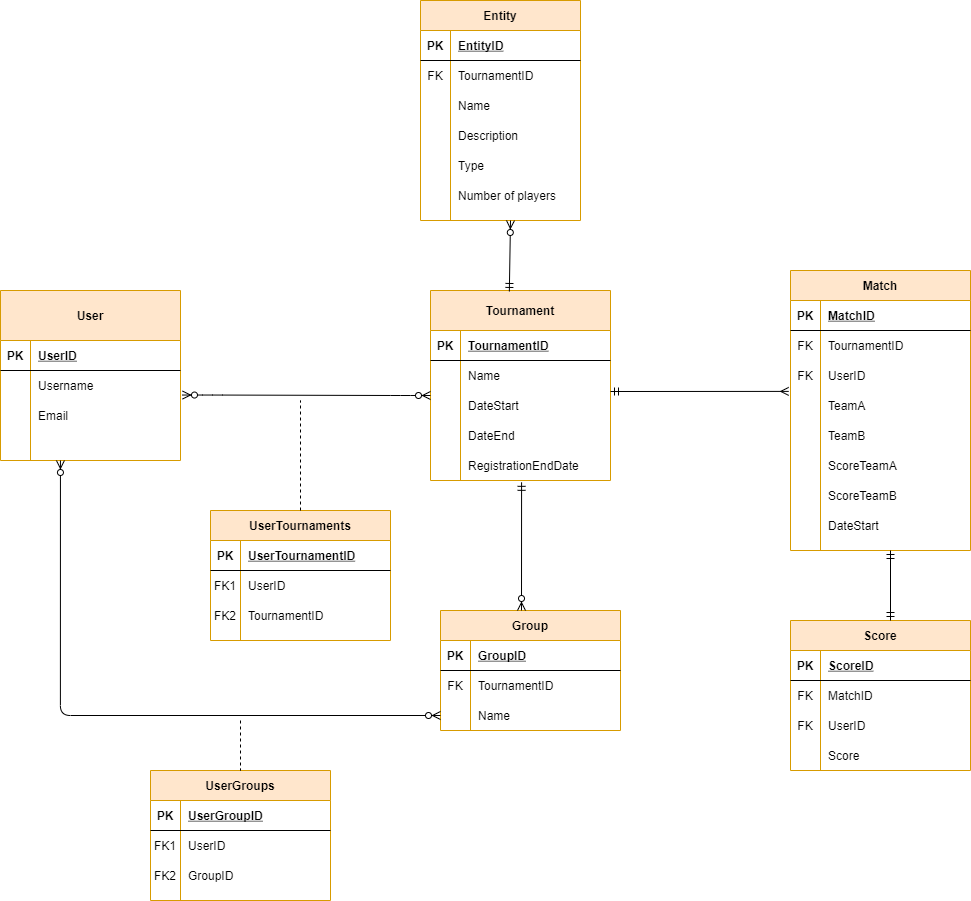
Above: royalrumbet.png in maneran/royal-rumbet (draw.io), before the change. Source tidied: cells renumbered, new cells last; positions are measured from the earlier drawing's top-left corner, leaving out a move shared by most shapes.
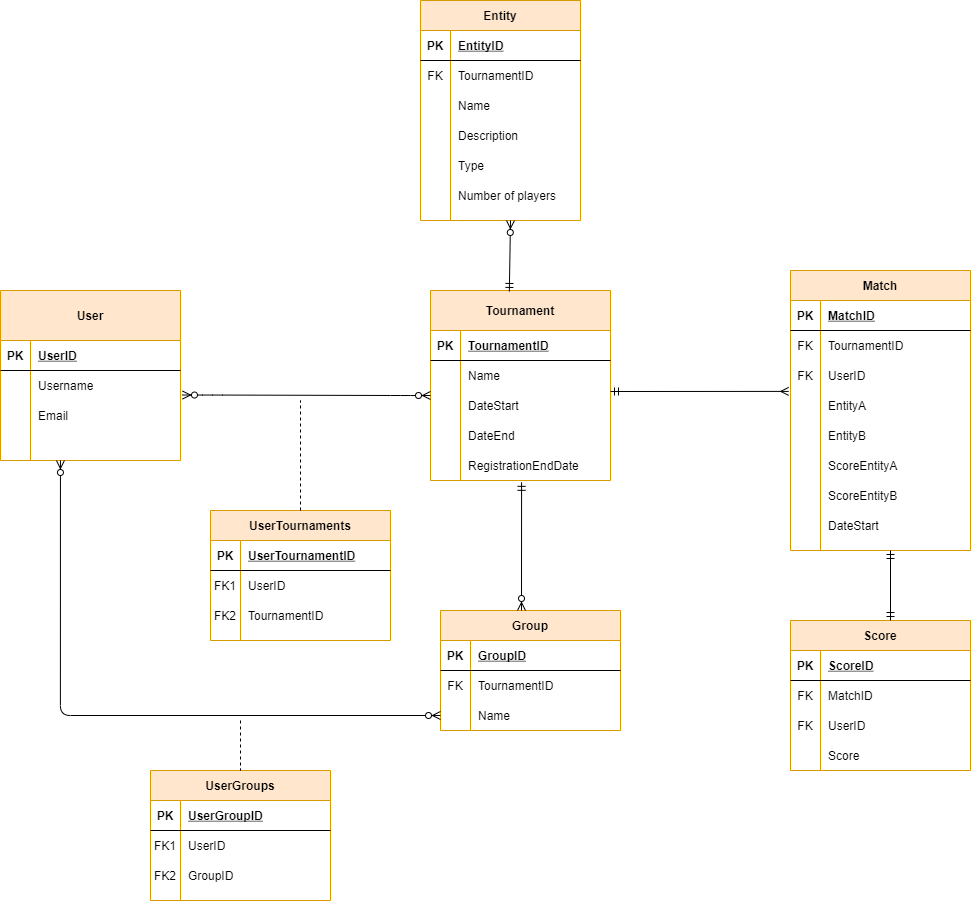
Later version of the same file.

The edit, as a diff of the source:
```diff
@@ -222,7 +222,7 @@
     <mxCell id="73" style="shape=partialRectangle;fillColor=none;top=0;left=0;bottom=0;right=0;overflow=hidden;" parent="72" vertex="1">
       <mxGeometry width="30" height="30" as="geometry" />
     </mxCell>
-    <mxCell id="74" value="TeamA" style="shape=partialRectangle;fillColor=none;top=0;left=0;bottom=0;right=0;align=left;spacingLeft=6;overflow=hidden;" parent="72" vertex="1">
+    <mxCell id="74" value="EntityA" style="shape=partialRectangle;fillColor=none;top=0;left=0;bottom=0;right=0;align=left;spacingLeft=6;overflow=hidden;" parent="72" vertex="1">
       <mxGeometry x="30" width="150" height="30" as="geometry" />
     </mxCell>
     <mxCell id="75" style="shape=partialRectangle;fillColor=none;top=0;left=0;bottom=0;right=0;" parent="62" vertex="1">
@@ -231,7 +231,7 @@
     <mxCell id="76" style="shape=partialRectangle;fillColor=none;top=0;left=0;bottom=0;right=0;overflow=hidden;" parent="75" vertex="1">
       <mxGeometry width="30" height="30" as="geometry" />
     </mxCell>
-    <mxCell id="77" value="TeamB" style="shape=partialRectangle;fillColor=none;top=0;left=0;bottom=0;right=0;align=left;spacingLeft=6;overflow=hidden;" parent="75" vertex="1">
+    <mxCell id="77" value="EntityB" style="shape=partialRectangle;fillColor=none;top=0;left=0;bottom=0;right=0;align=left;spacingLeft=6;overflow=hidden;" parent="75" vertex="1">
       <mxGeometry x="30" width="150" height="30" as="geometry" />
     </mxCell>
     <mxCell id="78" style="shape=partialRectangle;fillColor=none;top=0;left=0;bottom=0;right=0;" parent="62" vertex="1">
@@ -240,7 +240,7 @@
     <mxCell id="79" style="shape=partialRectangle;fillColor=none;top=0;left=0;bottom=0;right=0;overflow=hidden;" parent="78" vertex="1">
       <mxGeometry width="30" height="30" as="geometry" />
     </mxCell>
-    <mxCell id="80" value="ScoreTeamA" style="shape=partialRectangle;fillColor=none;top=0;left=0;bottom=0;right=0;align=left;spacingLeft=6;overflow=hidden;" parent="78" vertex="1">
+    <mxCell id="80" value="ScoreEntityA" style="shape=partialRectangle;fillColor=none;top=0;left=0;bottom=0;right=0;align=left;spacingLeft=6;overflow=hidden;" parent="78" vertex="1">
       <mxGeometry x="30" width="150" height="30" as="geometry" />
     </mxCell>
     <mxCell id="81" style="shape=partialRectangle;fillColor=none;top=0;left=0;bottom=0;right=0;" parent="62" vertex="1">
@@ -249,7 +249,7 @@
     <mxCell id="82" style="shape=partialRectangle;fillColor=none;top=0;left=0;bottom=0;right=0;overflow=hidden;" parent="81" vertex="1">
       <mxGeometry width="30" height="30" as="geometry" />
     </mxCell>
-    <mxCell id="83" value="ScoreTeamB" style="shape=partialRectangle;fillColor=none;top=0;left=0;bottom=0;right=0;align=left;spacingLeft=6;overflow=hidden;" parent="81" vertex="1">
+    <mxCell id="83" value="ScoreEntityB" style="shape=partialRectangle;fillColor=none;top=0;left=0;bottom=0;right=0;align=left;spacingLeft=6;overflow=hidden;" parent="81" vertex="1">
       <mxGeometry x="30" width="150" height="30" as="geometry" />
     </mxCell>
     <mxCell id="84" style="shape=partialRectangle;fillColor=none;top=0;left=0;bottom=0;right=0;" parent="62" vertex="1">
```
